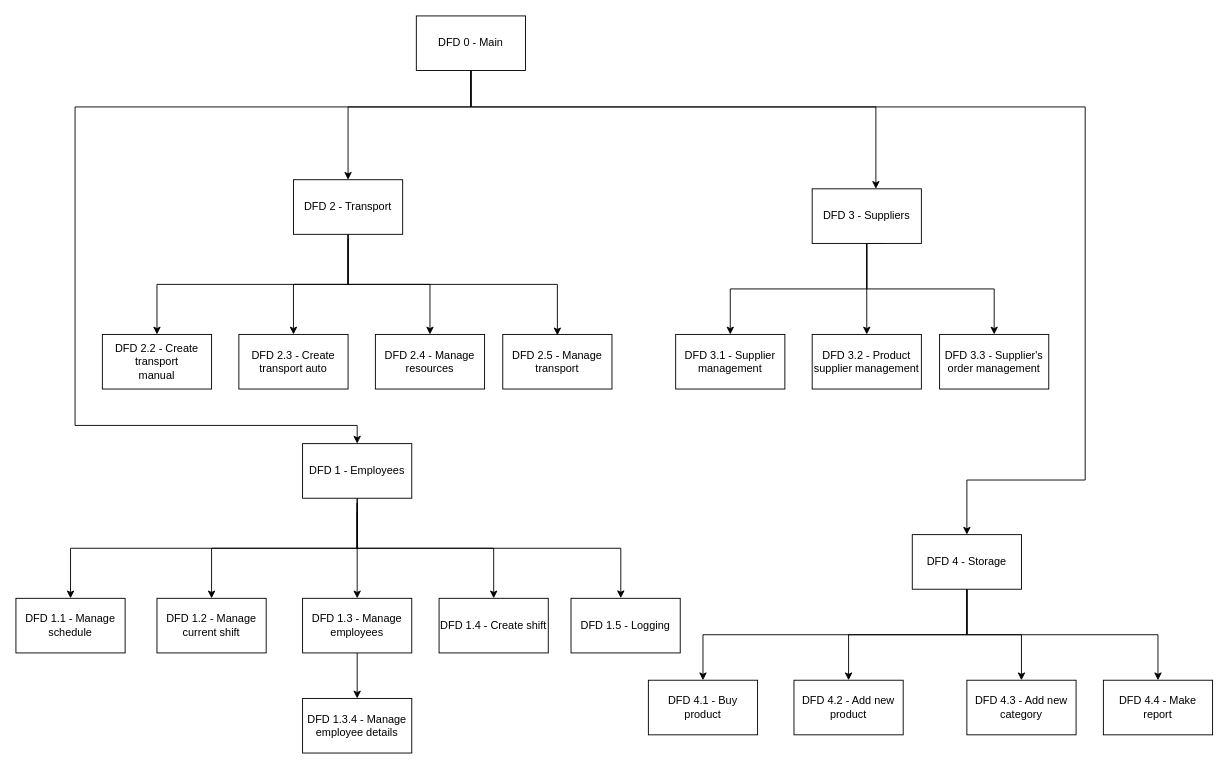
Before: docs/DFD/DFD_Hierarchy.drawio in Naveavra/Market, a draw.io diagram. Source tidied: cells renumbered, new cells numbered last; positions are measured from the earlier drawing's top-left corner, leaving out a move shared by most shapes. Both pictures are drawn from the tidied source at 91%, with x=0, y=0 at pixel (15, 15).
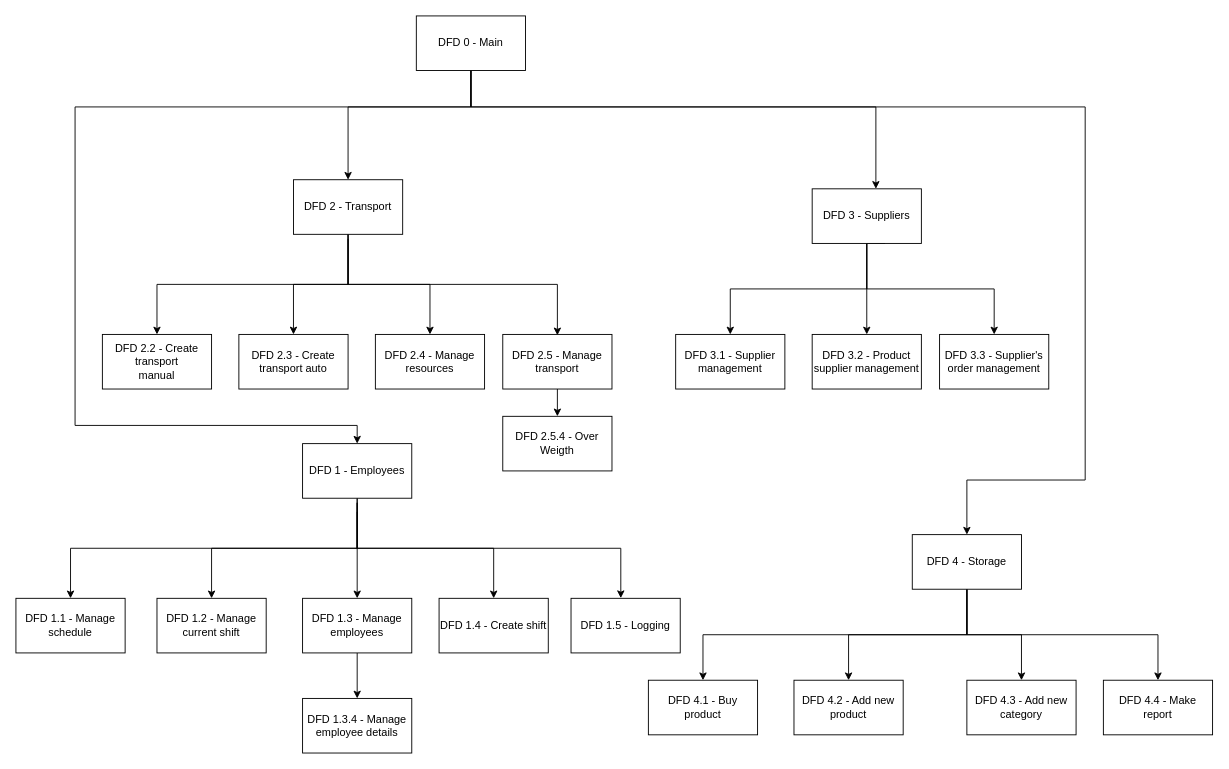
The same page after the edit.

Unchanged cells that the change refers to:
```xml
<mxCell id="37" value="DFD 2.5 - Manage transport" style="rounded=0;whiteSpace=wrap;html=1;" parent="1" vertex="1">
  <mxGeometry x="535" y="350" width="120" height="60" as="geometry" />
</mxCell>
```

Change to the diagram source:
```diff
@@
+    <mxCell id="45" value="DFD 2.5.4 - Over Weigth" style="rounded=0;whiteSpace=wrap;html=1;" parent="1" vertex="1">
+      <mxGeometry x="535" y="440" width="120" height="60" as="geometry" />
+    </mxCell>
+    <mxCell id="46" style="endArrow=classic;html=1;rounded=0;exitX=0.5;exitY=1;exitDx=0;exitDy=0;" parent="1" edge="1" source="37" target="45">
+      <mxGeometry relative="1" as="geometry" />
+    </mxCell>
```
